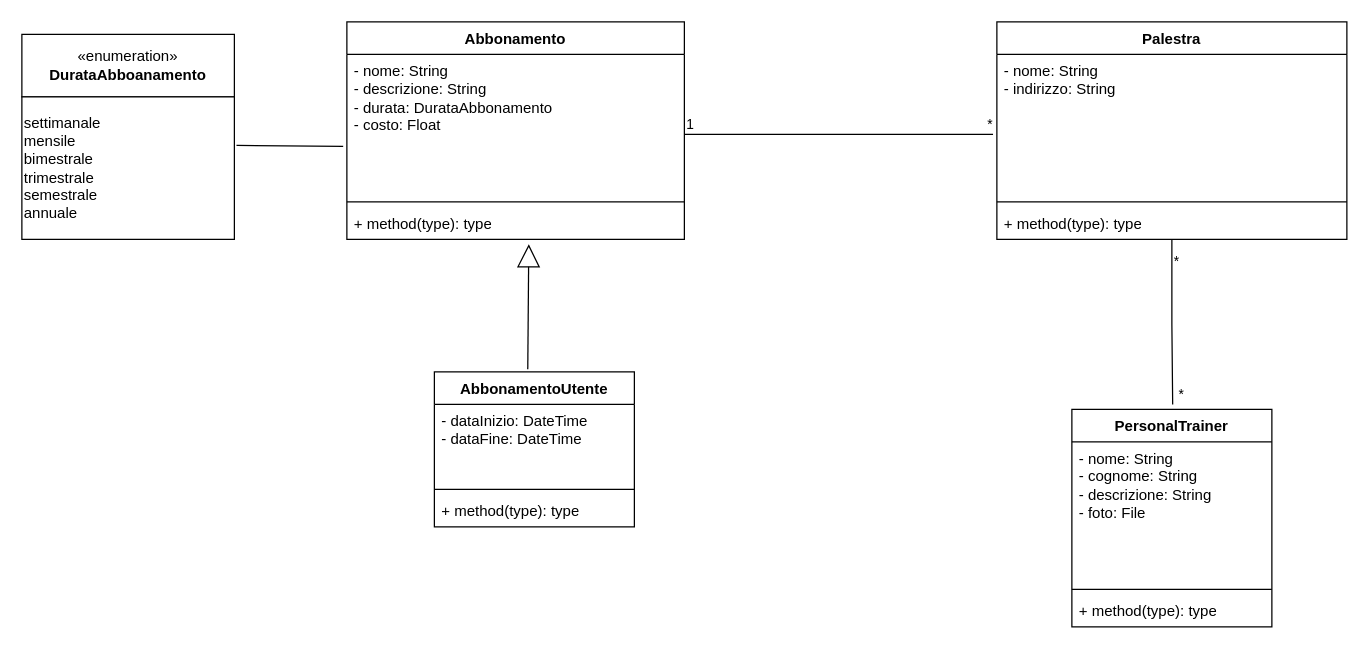
JosephBoom02/Progetto_Ingegneria_del_Software keeps this draw.io diagram as Diagrammi_UML/Palestra.drawio. Above is the earlier version. Source tidied: cells renumbered, new cells numbered last; positions are measured from the earlier drawing's top-left corner, leaving out a move shared by most shapes. Both pictures are drawn from the tidied source at 125%, with x=0, y=0 at pixel (21, 21).
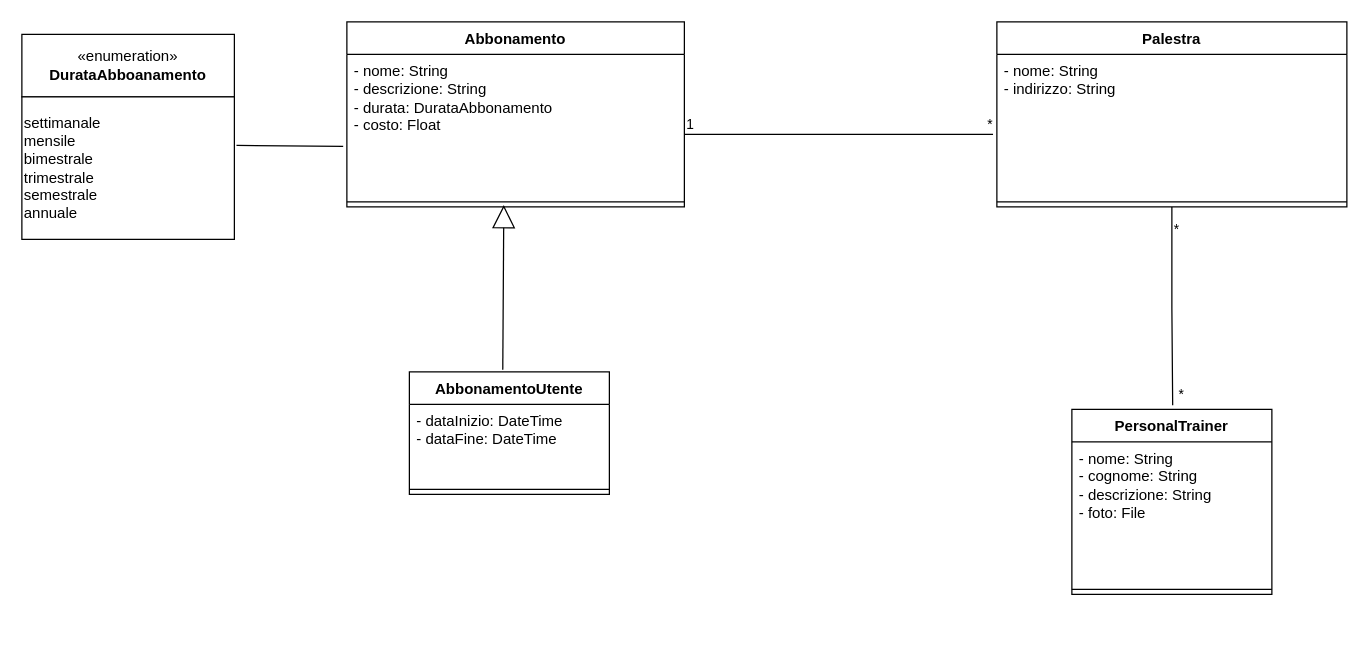
The same diagram, later.

Unchanged cells that the change refers to:
```xml
<mxCell id="4" style="line;strokeWidth=1;fillColor=none;align=left;verticalAlign=middle;spacingTop=-1;spacingLeft=3;spacingRight=3;labelPosition=right;points=[];portConstraint=eastwest;strokeColor=inherit;" parent="2" vertex="1">
  <mxGeometry y="140" width="270" height="8" as="geometry" />
</mxCell>
```

The edit, as a diff of the source:
```diff
@@
     <mxCell id="2" value="Abbonamento" style="swimlane;fontStyle=1;align=center;verticalAlign=top;horizontal=1;startSize=26;whiteSpace=wrap;html=1;" parent="1" vertex="1">
-      <mxGeometry x="260" width="270" height="174" as="geometry" />
+      <mxGeometry x="260" width="270" height="148" as="geometry" />
     </mxCell>
@@
-    <mxCell id="5" value="+ method(type): type" style="text;strokeColor=none;fillColor=none;align=left;verticalAlign=top;spacingLeft=4;spacingRight=4;overflow=hidden;points=[[0,0.5],[1,0.5]];portConstraint=eastwest;whiteSpace=wrap;html=1;" parent="2" vertex="1">
-      <mxGeometry y="148" width="270" height="26" as="geometry" />
-    </mxCell>
@@
     <mxCell id="9" value="Palestra" style="swimlane;fontStyle=1;align=center;verticalAlign=top;horizontal=1;startSize=26;whiteSpace=wrap;html=1;" parent="1" vertex="1">
-      <mxGeometry x="780" width="280" height="174" as="geometry" />
+      <mxGeometry x="780" width="280" height="148" as="geometry" />
     </mxCell>
@@
-    <mxCell id="12" value="+ method(type): type" style="text;strokeColor=none;fillColor=none;align=left;verticalAlign=top;spacingLeft=4;spacingRight=4;overflow=hidden;whiteSpace=wrap;html=1;" parent="9" vertex="1">
-      <mxGeometry y="148" width="280" height="26" as="geometry" />
-    </mxCell>
     <mxCell id="13" value="PersonalTrainer" style="swimlane;fontStyle=1;align=center;verticalAlign=top;horizontal=1;startSize=26;whiteSpace=wrap;html=1;" parent="1" vertex="1">
-      <mxGeometry x="840" y="310" width="160" height="174" as="geometry" />
+      <mxGeometry x="840" y="310" width="160" height="148" as="geometry" />
     </mxCell>
@@
-    <mxCell id="16" value="+ method(type): type" style="text;strokeColor=none;fillColor=none;align=left;verticalAlign=top;spacingLeft=4;spacingRight=4;overflow=hidden;whiteSpace=wrap;html=1;" parent="13" vertex="1">
-      <mxGeometry y="148" width="160" height="26" as="geometry" />
-    </mxCell>
@@
     <mxCell id="20" value="AbbonamentoUtente" style="swimlane;fontStyle=1;align=center;verticalAlign=top;horizontal=1;startSize=26;whiteSpace=wrap;html=1;" parent="1" vertex="1">
-      <mxGeometry x="330" y="280" width="160" height="124" as="geometry" />
+      <mxGeometry x="310" y="280" width="160" height="98" as="geometry" />
     </mxCell>
@@
-    <mxCell id="23" value="+ method(type): type" style="text;strokeColor=none;fillColor=none;align=left;verticalAlign=top;spacingLeft=4;spacingRight=4;overflow=hidden;whiteSpace=wrap;html=1;" parent="20" vertex="1">
-      <mxGeometry y="98" width="160" height="26" as="geometry" />
-    </mxCell>
-    <mxCell id="24" style="endArrow=block;endSize=16;endFill=0;html=1;rounded=0;exitX=0.467;exitY=-0.017;exitDx=0;exitDy=0;exitPerimeter=0;entryX=0.539;entryY=1.149;entryDx=0;entryDy=0;entryPerimeter=0;" parent="1" edge="1" source="20" target="5">
+    <mxCell id="24" style="endArrow=block;endSize=16;endFill=0;html=1;rounded=0;exitX=0.467;exitY=-0.017;exitDx=0;exitDy=0;exitPerimeter=0;entryX=0.465;entryY=0.821;entryDx=0;entryDy=0;entryPerimeter=0;" parent="1" edge="1" source="20" target="4">
       <mxGeometry relative="1" as="geometry" />
     </mxCell>
```
